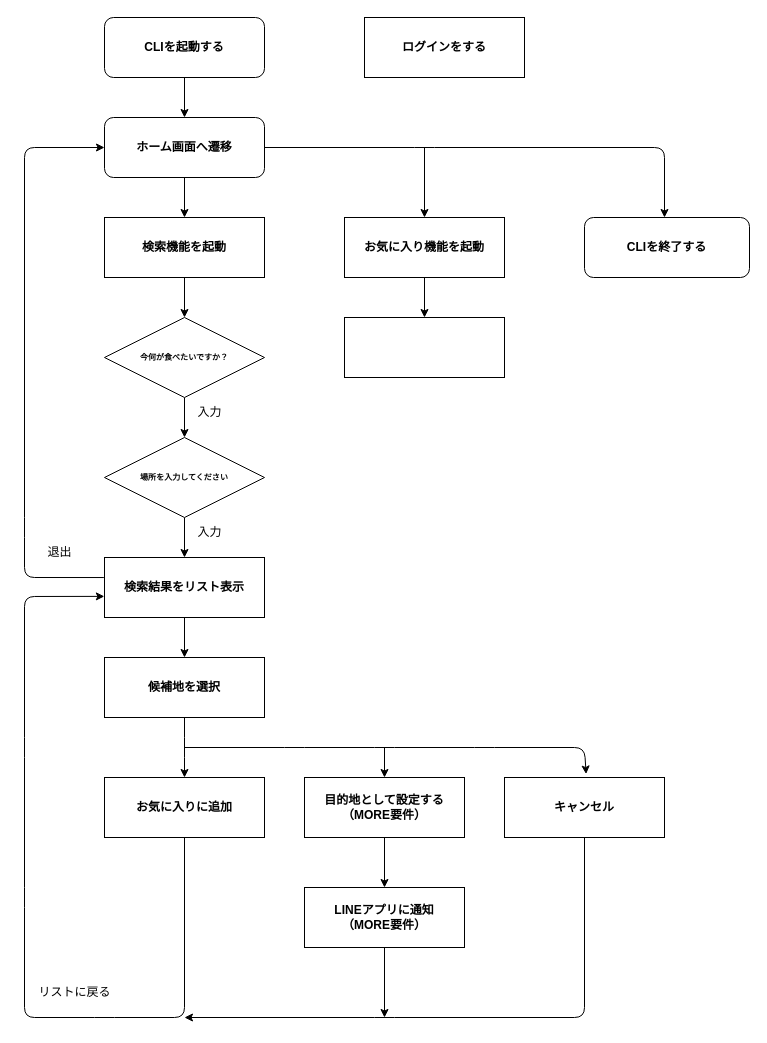
The draw.io diagram page "検索機能" (1 of 2) of others/flow.drawio in Seiya-Tagami/go-practice, before the edit. Source tidied: cells renumbered, new cells numbered last; positions are measured from the earlier drawing's top-left corner, leaving out a move shared by most shapes. Both pictures are drawn from the tidied source at 100%, with x=0, y=0 at pixel (24, 17).
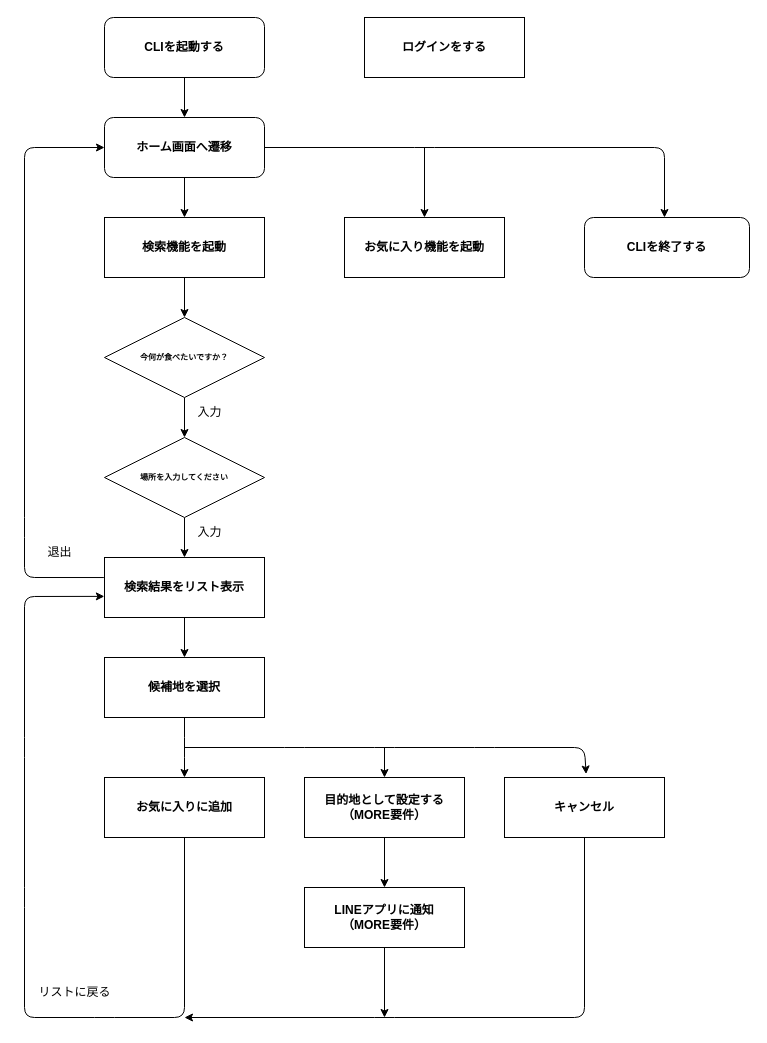
The same page after the edit.

Unchanged cells that the change refers to:
```xml
<mxCell id="11" value="&lt;b&gt;お気に入り機能を起動&lt;/b&gt;" style="rounded=0;whiteSpace=wrap;html=1;" parent="1" vertex="1">
  <mxGeometry x="320" y="200" width="160" height="60" as="geometry" />
</mxCell>
```

The edit, as a diff of the source:
```diff
@@
-    <mxCell id="10" style="edgeStyle=none;html=1;" parent="1" edge="1" source="11" target="37">
-      <mxGeometry relative="1" as="geometry" />
-    </mxCell>
@@
-    <mxCell id="37" style="whiteSpace=wrap;html=1;rounded=0;" parent="1" vertex="1">
-      <mxGeometry x="320" y="300" width="160" height="60" as="geometry" />
-    </mxCell>
```
